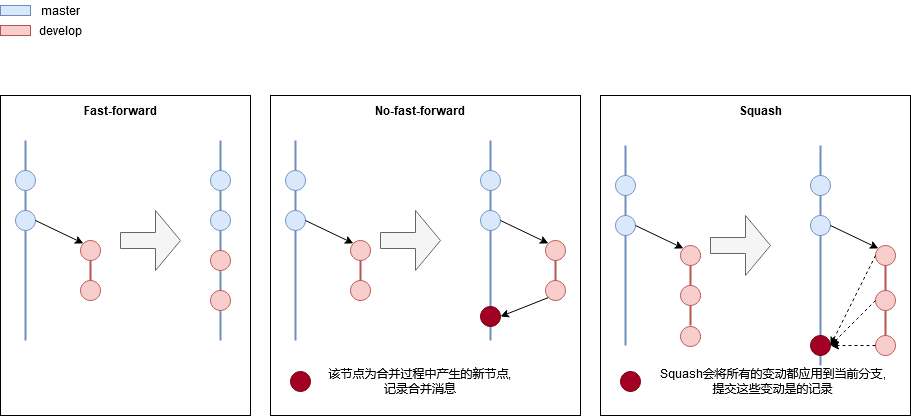
Earlier version of the draw.io export gitBranchModel/waysofMerge.png (alreadytakenn/images). Source tidied: cells renumbered, new cells last; positions are measured from the earlier drawing's top-left corner, leaving out a move shared by most shapes.
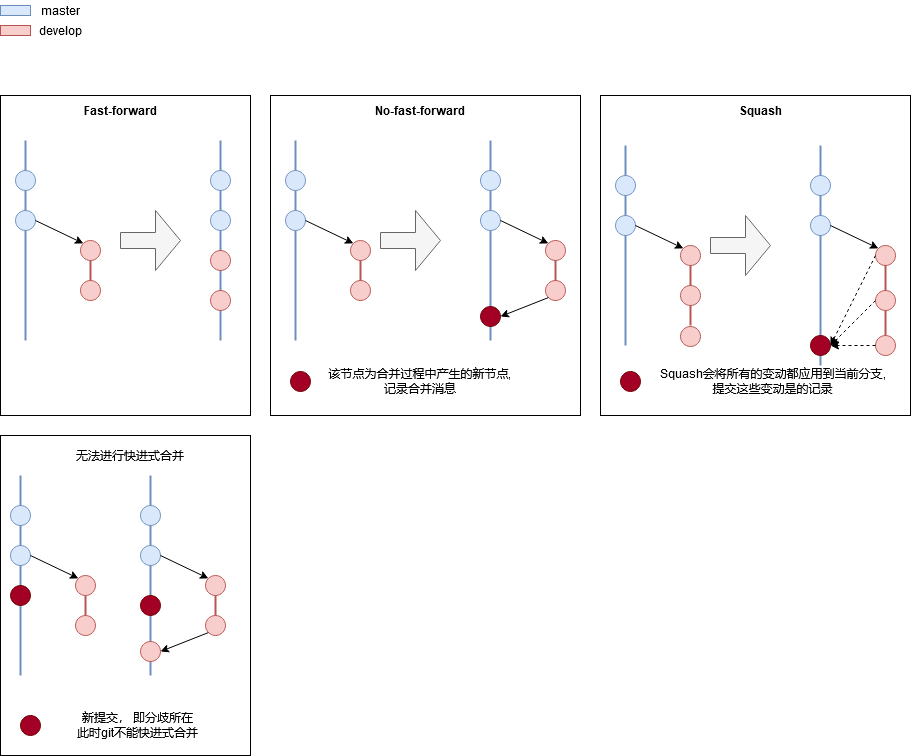
The same diagram one commit later.

Change to the diagram source:
```diff
@@ -2,6 +2,12 @@
   <root>
     <mxCell id="0" />
     <mxCell id="1" parent="0" />
+    <mxCell id="67" style="line;strokeWidth=2;direction=south;html=1;fillColor=#f8cecc;strokeColor=#b85450;" parent="1" vertex="1">
+      <mxGeometry x="80" y="595" width="10" height="30" as="geometry" />
+    </mxCell>
+    <mxCell id="16" style="rounded=0;whiteSpace=wrap;html=1;fillColor=none;" parent="1" vertex="1">
+      <mxGeometry y="95" width="250" height="320" as="geometry" />
+    </mxCell>
     <mxCell id="2" style="line;strokeWidth=2;direction=south;html=1;fillColor=#f8cecc;strokeColor=#b85450;" parent="1" vertex="1">
       <mxGeometry x="355" y="250" width="10" height="50" as="geometry" />
     </mxCell>
@@ -44,9 +50,6 @@
     <mxCell id="15" style="ellipse;whiteSpace=wrap;html=1;fillColor=#f8cecc;strokeColor=#b85450;" parent="1" vertex="1">
       <mxGeometry x="210" y="290" width="20" height="20" as="geometry" />
     </mxCell>
-    <mxCell id="16" style="rounded=0;whiteSpace=wrap;html=1;fillColor=none;" parent="1" vertex="1">
-      <mxGeometry y="95" width="250" height="320" as="geometry" />
-    </mxCell>
     <mxCell id="17" style="shape=singleArrow;whiteSpace=wrap;html=1;fillColor=#f5f5f5;arrowWidth=0.26666666666666666;arrowSize=0.4166666666666667;strokeColor=#666666;fontColor=#333333;" parent="1" vertex="1">
       <mxGeometry x="120" y="210" width="60" height="60" as="geometry" />
     </mxCell>
@@ -205,5 +208,70 @@
     <mxCell id="66" style="ellipse;whiteSpace=wrap;html=1;fillColor=#f8cecc;strokeColor=#b85450;" parent="1" vertex="1">
       <mxGeometry x="680" y="326" width="20" height="20" as="geometry" />
     </mxCell>
+    <mxCell id="68" style="line;strokeWidth=2;direction=south;html=1;fillColor=#dae8fc;strokeColor=#6c8ebf;" parent="1" vertex="1">
+      <mxGeometry x="15" y="475" width="10" height="200" as="geometry" />
+    </mxCell>
+    <mxCell id="69" style="ellipse;whiteSpace=wrap;html=1;fillColor=#dae8fc;strokeColor=#6c8ebf;" parent="1" vertex="1">
+      <mxGeometry x="10" y="505" width="20" height="20" as="geometry" />
+    </mxCell>
+    <mxCell id="70" style="ellipse;whiteSpace=wrap;html=1;fillColor=#dae8fc;strokeColor=#6c8ebf;" parent="1" vertex="1">
+      <mxGeometry x="10" y="545" width="20" height="20" as="geometry" />
+    </mxCell>
+    <mxCell id="71" style="ellipse;whiteSpace=wrap;html=1;fillColor=#f8cecc;strokeColor=#b85450;" parent="1" vertex="1">
+      <mxGeometry x="75" y="575" width="20" height="20" as="geometry" />
+    </mxCell>
+    <mxCell id="72" style="ellipse;whiteSpace=wrap;html=1;fillColor=#f8cecc;strokeColor=#b85450;" parent="1" vertex="1">
+      <mxGeometry x="75" y="615" width="20" height="20" as="geometry" />
+    </mxCell>
+    <mxCell id="73" style="endArrow=classic;html=1;entryX=0;entryY=0;entryDx=0;entryDy=0;exitX=1;exitY=0.5;exitDx=0;exitDy=0;" parent="1" edge="1" source="70" target="71">
+      <mxGeometry relative="1" as="geometry" />
+    </mxCell>
+    <mxCell id="74" style="ellipse;whiteSpace=wrap;html=1;fillColor=#a20025;strokeColor=#6F0000;fontColor=#ffffff;" parent="1" vertex="1">
+      <mxGeometry x="10" y="585" width="20" height="20" as="geometry" />
+    </mxCell>
+    <mxCell id="75" style="rounded=0;whiteSpace=wrap;html=1;fillColor=none;" parent="1" vertex="1">
+      <mxGeometry y="435" width="250" height="320" as="geometry" />
+    </mxCell>
+    <mxCell id="76" value="无法进行快进式合并" style="text;html=1;strokeColor=none;fillColor=none;align=center;verticalAlign=middle;whiteSpace=wrap;rounded=0;" parent="1" vertex="1">
+      <mxGeometry x="20" y="445" width="220" height="20" as="geometry" />
+    </mxCell>
+    <mxCell id="77" style="ellipse;whiteSpace=wrap;html=1;fillColor=#a20025;strokeColor=#6F0000;fontColor=#ffffff;" parent="1" vertex="1">
+      <mxGeometry x="20" y="715" width="20" height="20" as="geometry" />
+    </mxCell>
+    <mxCell id="78" value="新提交， 即分歧所在&lt;br&gt;此时git不能快进式合并" style="text;html=1;strokeColor=none;fillColor=none;align=center;verticalAlign=middle;whiteSpace=wrap;rounded=0;" parent="1" vertex="1">
+      <mxGeometry x="50" y="715" width="175" height="20" as="geometry" />
+    </mxCell>
+    <mxCell id="79" style="line;strokeWidth=2;direction=south;html=1;fillColor=#f8cecc;strokeColor=#b85450;" parent="1" vertex="1">
+      <mxGeometry x="210" y="585" width="10" height="50" as="geometry" />
+    </mxCell>
+    <mxCell id="80" style="line;strokeWidth=2;direction=south;html=1;fillColor=#dae8fc;strokeColor=#6c8ebf;" parent="1" vertex="1">
+      <mxGeometry x="145" y="475" width="10" height="200" as="geometry" />
+    </mxCell>
+    <mxCell id="81" style="ellipse;whiteSpace=wrap;html=1;fillColor=#dae8fc;strokeColor=#6c8ebf;" parent="1" vertex="1">
+      <mxGeometry x="140" y="505" width="20" height="20" as="geometry" />
+    </mxCell>
+    <mxCell id="82" style="ellipse;whiteSpace=wrap;html=1;fillColor=#dae8fc;strokeColor=#6c8ebf;" parent="1" vertex="1">
+      <mxGeometry x="140" y="545" width="20" height="20" as="geometry" />
+    </mxCell>
+    <mxCell id="83" style="ellipse;whiteSpace=wrap;html=1;fillColor=#f8cecc;strokeColor=#b85450;" parent="1" vertex="1">
+      <mxGeometry x="205" y="575" width="20" height="20" as="geometry" />
+    </mxCell>
+    <mxCell id="84" style="ellipse;whiteSpace=wrap;html=1;fillColor=#f8cecc;strokeColor=#b85450;" parent="1" vertex="1">
+      <mxGeometry x="205" y="615" width="20" height="20" as="geometry" />
+    </mxCell>
+    <mxCell id="85" style="endArrow=classic;html=1;entryX=0;entryY=0;entryDx=0;entryDy=0;exitX=1;exitY=0.5;exitDx=0;exitDy=0;" parent="1" edge="1" target="83">
+      <mxGeometry relative="1" as="geometry">
+        <mxPoint x="160" y="555" as="sourcePoint" />
+      </mxGeometry>
+    </mxCell>
+    <mxCell id="86" style="ellipse;whiteSpace=wrap;html=1;fillColor=#f8cecc;strokeColor=#b85450;" parent="1" vertex="1">
+      <mxGeometry x="140" y="641" width="20" height="20" as="geometry" />
+    </mxCell>
+    <mxCell id="87" style="endArrow=classic;html=1;entryX=1;entryY=0.5;entryDx=0;entryDy=0;exitX=0;exitY=1;exitDx=0;exitDy=0;" parent="1" edge="1" source="84" target="86">
+      <mxGeometry relative="1" as="geometry" />
+    </mxCell>
+    <mxCell id="88" style="ellipse;whiteSpace=wrap;html=1;fillColor=#a20025;strokeColor=#6F0000;fontColor=#ffffff;" parent="1" vertex="1">
+      <mxGeometry x="140" y="595" width="20" height="20" as="geometry" />
+    </mxCell>
   </root>
 </mxGraphModel>
```
